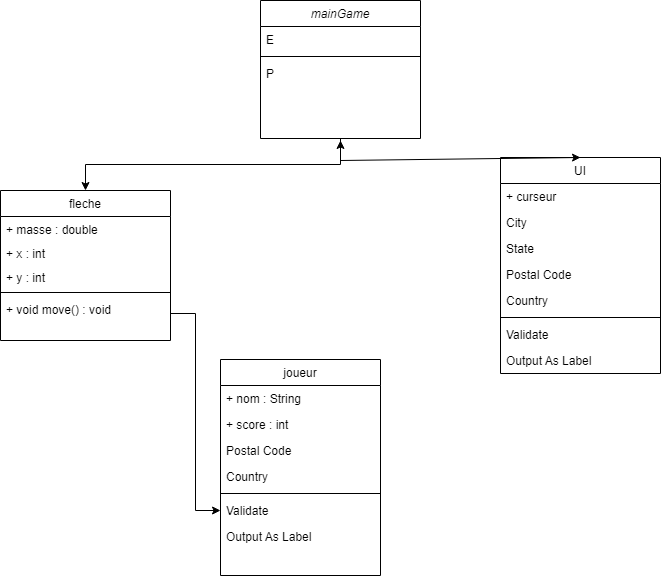
This is UMLDiagram.png from vbard1/mini-projet-2, a draw.io export, as it was before one commit. Source tidied: cells renumbered, new cells last; positions are measured from the earlier drawing's top-left corner, leaving out a move shared by most shapes.
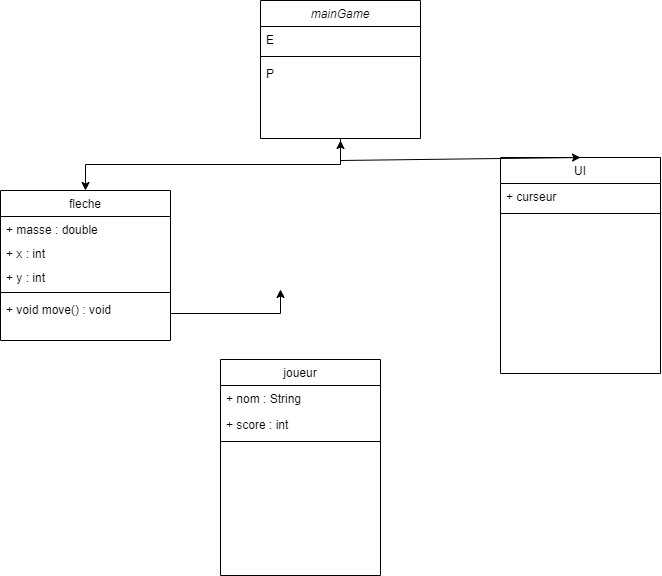
After the commit.

Diff of the diagram source:
```diff
@@ -44,50 +44,22 @@
     <mxCell id="15" value="+ score : int" style="text;align=left;verticalAlign=top;spacingLeft=4;spacingRight=4;overflow=hidden;rounded=0;shadow=0;html=0;" parent="13" vertex="1">
       <mxGeometry y="52" width="160" height="26" as="geometry" />
     </mxCell>
-    <mxCell id="16" value="Postal Code" style="text;align=left;verticalAlign=top;spacingLeft=4;spacingRight=4;overflow=hidden;rounded=0;shadow=0;html=0;" parent="13" vertex="1">
-      <mxGeometry y="78" width="160" height="26" as="geometry" />
-    </mxCell>
-    <mxCell id="17" value="Country" style="text;align=left;verticalAlign=top;spacingLeft=4;spacingRight=4;overflow=hidden;rounded=0;shadow=0;html=0;" parent="13" vertex="1">
-      <mxGeometry y="104" width="160" height="26" as="geometry" />
-    </mxCell>
     <mxCell id="18" style="line;html=1;strokeWidth=1;align=left;verticalAlign=middle;spacingTop=-1;spacingLeft=3;spacingRight=3;labelPosition=right;" parent="13" vertex="1">
-      <mxGeometry y="130" width="160" height="8" as="geometry" />
+      <mxGeometry y="78" width="160" height="8" as="geometry" />
     </mxCell>
-    <mxCell id="19" value="Validate" style="text;align=left;verticalAlign=top;spacingLeft=4;spacingRight=4;overflow=hidden;points=[[0,0.5],[1,0.5]];portConstraint=eastwest;" parent="13" vertex="1">
-      <mxGeometry y="138" width="160" height="26" as="geometry" />
-    </mxCell>
-    <mxCell id="20" value="Output As Label" style="text;align=left;verticalAlign=top;spacingLeft=4;spacingRight=4;overflow=hidden;" parent="13" vertex="1">
-      <mxGeometry y="164" width="160" height="26" as="geometry" />
-    </mxCell>
     <mxCell id="21" value="UI" style="swimlane;fontStyle=0;align=center;verticalAlign=top;horizontal=1;startSize=26;rounded=0;shadow=0;strokeWidth=1;" parent="1" vertex="1">
       <mxGeometry x="500" y="157" width="160" height="216" as="geometry" />
     </mxCell>
     <mxCell id="22" value="+ curseur" style="text;align=left;verticalAlign=top;spacingLeft=4;spacingRight=4;overflow=hidden;" parent="21" vertex="1">
       <mxGeometry y="26" width="160" height="26" as="geometry" />
     </mxCell>
-    <mxCell id="23" value="City" style="text;align=left;verticalAlign=top;spacingLeft=4;spacingRight=4;overflow=hidden;rounded=0;shadow=0;html=0;" parent="21" vertex="1">
-      <mxGeometry y="52" width="160" height="26" as="geometry" />
-    </mxCell>
-    <mxCell id="24" value="State" style="text;align=left;verticalAlign=top;spacingLeft=4;spacingRight=4;overflow=hidden;rounded=0;shadow=0;html=0;" parent="21" vertex="1">
-      <mxGeometry y="78" width="160" height="26" as="geometry" />
-    </mxCell>
-    <mxCell id="25" value="Postal Code" style="text;align=left;verticalAlign=top;spacingLeft=4;spacingRight=4;overflow=hidden;rounded=0;shadow=0;html=0;" parent="21" vertex="1">
-      <mxGeometry y="104" width="160" height="26" as="geometry" />
-    </mxCell>
-    <mxCell id="26" value="Country" style="text;align=left;verticalAlign=top;spacingLeft=4;spacingRight=4;overflow=hidden;rounded=0;shadow=0;html=0;" parent="21" vertex="1">
-      <mxGeometry y="130" width="160" height="26" as="geometry" />
-    </mxCell>
     <mxCell id="27" style="line;html=1;strokeWidth=1;align=left;verticalAlign=middle;spacingTop=-1;spacingLeft=3;spacingRight=3;labelPosition=right;" parent="21" vertex="1">
-      <mxGeometry y="156" width="160" height="8" as="geometry" />
+      <mxGeometry y="52" width="160" height="8" as="geometry" />
     </mxCell>
-    <mxCell id="28" value="Validate" style="text;align=left;verticalAlign=top;spacingLeft=4;spacingRight=4;overflow=hidden;" parent="21" vertex="1">
-      <mxGeometry y="164" width="160" height="26" as="geometry" />
-    </mxCell>
-    <mxCell id="29" value="Output As Label" style="text;align=left;verticalAlign=top;spacingLeft=4;spacingRight=4;overflow=hidden;" parent="21" vertex="1">
-      <mxGeometry y="190" width="160" height="26" as="geometry" />
-    </mxCell>
-    <mxCell id="30" style="edgeStyle=orthogonalEdgeStyle;rounded=0;jettySize=auto;html=1;" parent="1" edge="1" source="12" target="19">
-      <mxGeometry relative="1" as="geometry" />
+    <mxCell id="30" style="edgeStyle=orthogonalEdgeStyle;rounded=0;jettySize=auto;html=1;" parent="1" edge="1" source="12">
+      <mxGeometry relative="1" as="geometry">
+        <mxPoint x="280" y="289" as="targetPoint" />
+      </mxGeometry>
     </mxCell>
     <mxCell id="31" style="endArrow=classic;startArrow=classic;html=1;rounded=0;entryX=0.5;entryY=0;entryDx=0;entryDy=0;" parent="1" edge="1" target="21">
       <mxGeometry relative="1" as="geometry">
```
